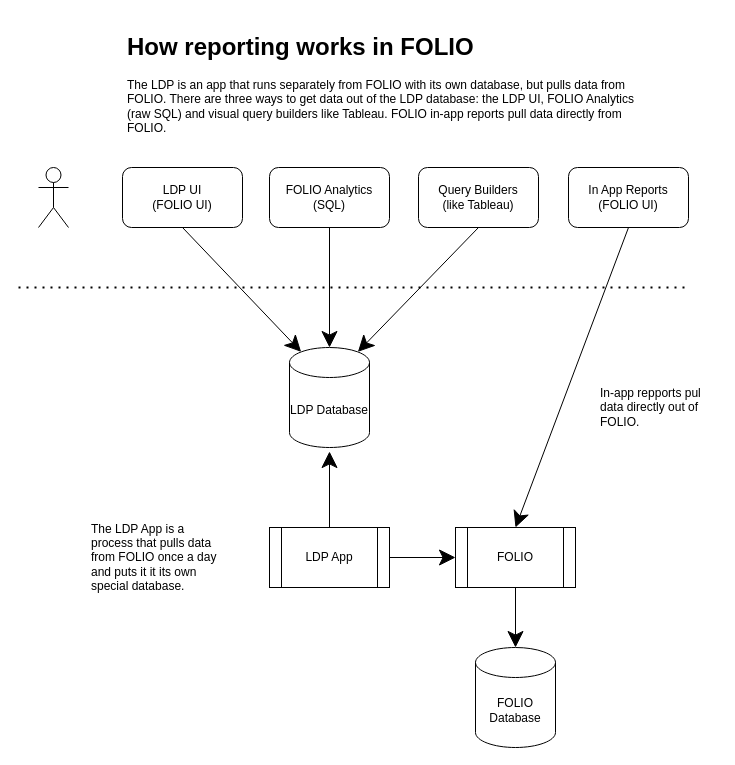
culibraries/library-reporting keeps this draw.io diagram as how-the-ldp-works.drawio. Above is the earlier version. Source tidied: cells renumbered, new cells numbered last; positions are measured from the earlier drawing's top-left corner, leaving out a move shared by most shapes. Both pictures are drawn from the tidied source at 100%, with x=0, y=0 at pixel (18, 27).
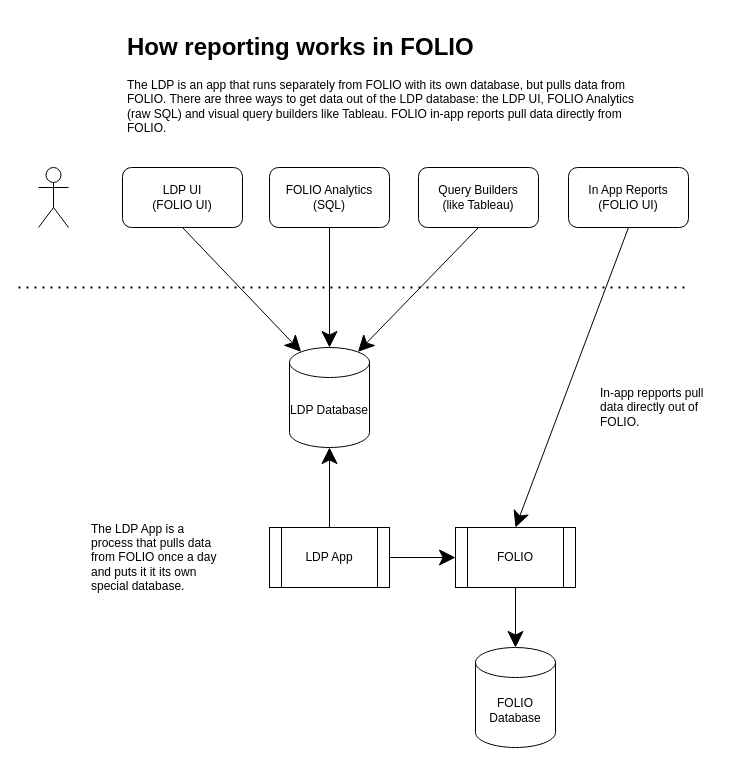
After the change.

Unchanged cells that the change refers to:
```xml
<mxCell id="7" value="LDP App" style="shape=process;whiteSpace=wrap;html=1;backgroundOutline=1;hachureGap=4;" parent="1" vertex="1">
  <mxGeometry x="251" y="500" width="120" height="60" as="geometry" />
</mxCell>
```

The edit, as a diff of the source:
```diff
@@
     <mxCell id="17" style="endArrow=classic;html=1;startSize=14;endSize=14;sourcePerimeterSpacing=8;targetPerimeterSpacing=8;exitX=0.5;exitY=0;exitDx=0;exitDy=0;exitPerimeter=0;" parent="1" edge="1" source="7">
       <mxGeometry relative="1" as="geometry">
-        <mxPoint x="311" y="424" as="targetPoint" />
+        <mxPoint x="311" y="420" as="targetPoint" />
       </mxGeometry>
     </mxCell>
@@
-    <mxCell id="21" value="In-app repports pul data directly out of FOLIO." style="text;html=1;strokeColor=none;fillColor=none;align=left;verticalAlign=middle;whiteSpace=wrap;rounded=0;hachureGap=4;" parent="1" vertex="1">
+    <mxCell id="21" value="In-app repports pull data directly out of FOLIO." style="text;html=1;strokeColor=none;fillColor=none;align=left;verticalAlign=middle;whiteSpace=wrap;rounded=0;hachureGap=4;" parent="1" vertex="1">
       <mxGeometry x="580" y="370" width="120" height="20" as="geometry" />
     </mxCell>
```
